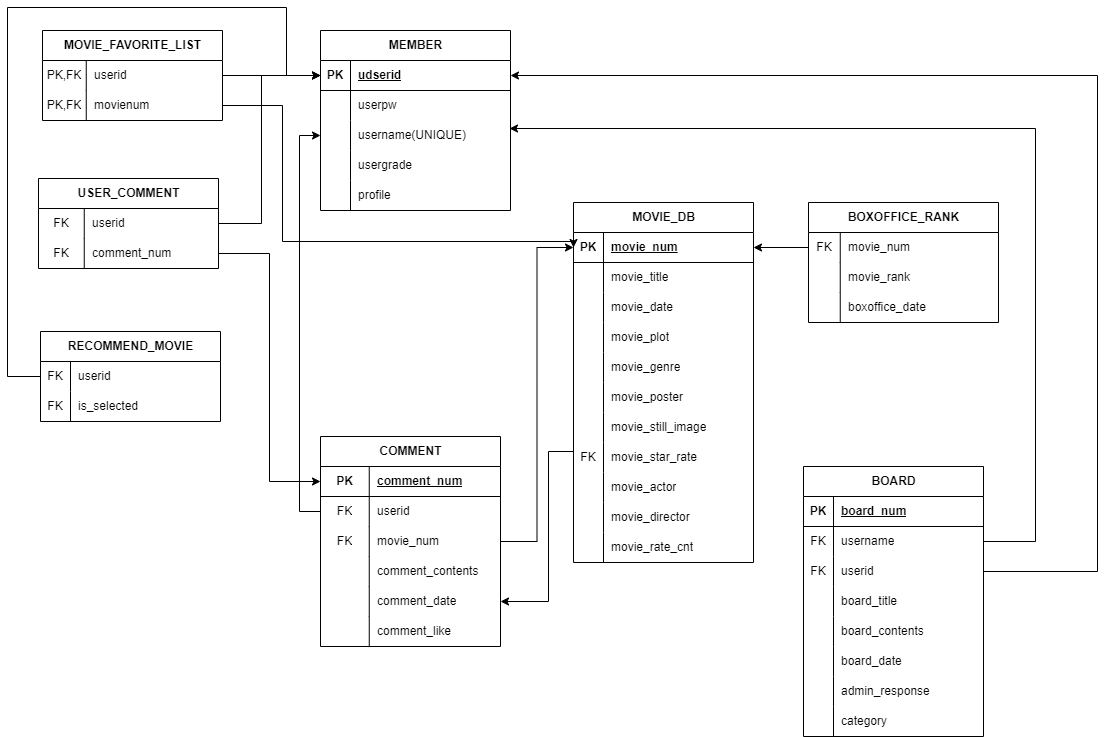
Before: document/DB/24.10.07_project_DB.drawio.png, a diagram exported from draw.io (sw2park/LastReviewFinder). Source tidied: cells renumbered, new cells last; positions are measured from the earlier drawing's top-left corner, leaving out a move shared by most shapes.
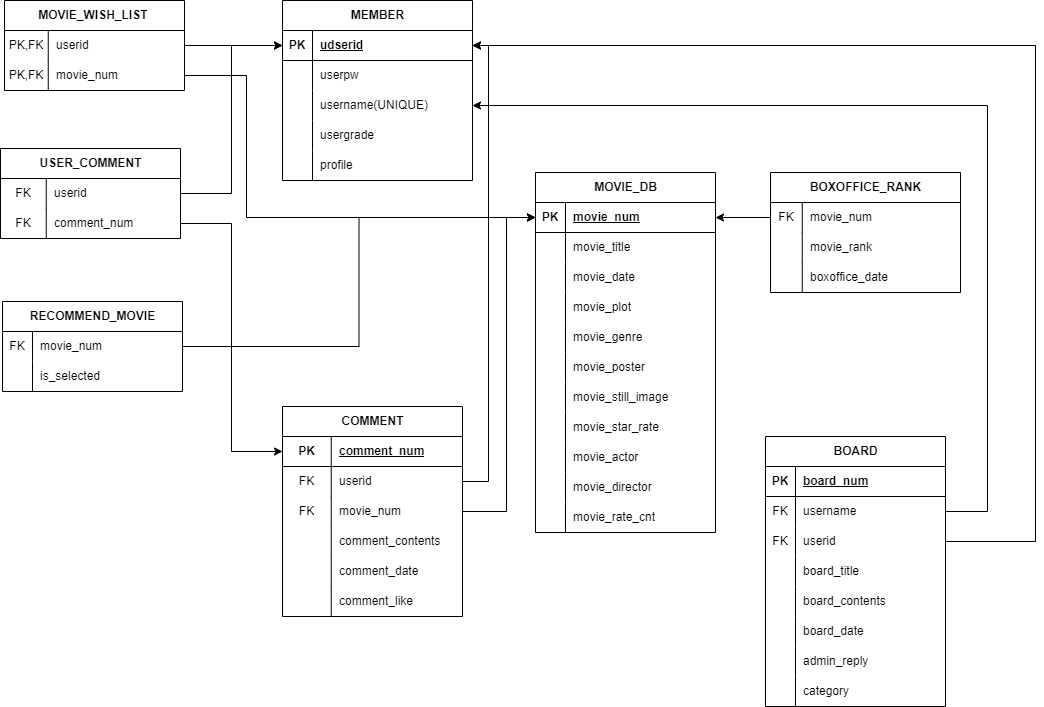
Above is the later version.

Commit message:
db 다이어그램 수정

Change to the diagram source:
```diff
@@ -71,7 +71,7 @@
     <mxCell id="24" style="shape=tableRow;horizontal=0;startSize=0;swimlaneHead=0;swimlaneBody=0;fillColor=none;points=[[0,0.5],[1,0.5]];portConstraint=eastwest;top=0;left=0;right=0;bottom=0;" parent="2" vertex="1">
       <mxGeometry y="240" width="180" height="30" as="geometry" />
     </mxCell>
-    <mxCell id="25" value="FK" style="shape=partialRectangle;fillColor=none;top=0;left=0;bottom=0;right=0;overflow=hidden;whiteSpace=wrap;html=1;" parent="24" vertex="1">
+    <mxCell id="25" style="shape=partialRectangle;fillColor=none;top=0;left=0;bottom=0;right=0;overflow=hidden;whiteSpace=wrap;html=1;" parent="24" vertex="1">
       <mxGeometry width="30" height="30" as="geometry" />
     </mxCell>
     <mxCell id="26" value="movie_star_rate" style="shape=partialRectangle;fillColor=none;top=0;left=0;bottom=0;right=0;align=left;spacingLeft=6;overflow=hidden;whiteSpace=wrap;html=1;" parent="24" vertex="1">
@@ -215,7 +215,7 @@
     <mxCell id="72" style="shape=partialRectangle;fillColor=none;top=0;left=0;bottom=0;right=0;overflow=hidden;whiteSpace=wrap;html=1;" parent="71" vertex="1">
       <mxGeometry width="30" height="30" as="geometry" />
     </mxCell>
-    <mxCell id="73" value="admin_response" style="shape=partialRectangle;fillColor=none;top=0;left=0;bottom=0;right=0;align=left;spacingLeft=6;overflow=hidden;whiteSpace=wrap;html=1;" parent="71" vertex="1">
+    <mxCell id="73" value="admin_reply" style="shape=partialRectangle;fillColor=none;top=0;left=0;bottom=0;right=0;align=left;spacingLeft=6;overflow=hidden;whiteSpace=wrap;html=1;" parent="71" vertex="1">
       <mxGeometry x="30" width="150" height="30" as="geometry" />
     </mxCell>
     <mxCell id="74" style="shape=tableRow;horizontal=0;startSize=0;swimlaneHead=0;swimlaneBody=0;fillColor=none;top=0;left=0;right=0;bottom=0;" parent="52" vertex="1">
@@ -284,7 +284,7 @@
     <mxCell id="95" value="comment_like" style="shape=partialRectangle;fillColor=none;top=0;left=0;bottom=0;right=0;align=left;spacingLeft=6;overflow=hidden;whiteSpace=wrap;html=1;" parent="93" vertex="1">
       <mxGeometry x="48.8" width="131.2" height="30" as="geometry" />
     </mxCell>
-    <mxCell id="96" value="MOVIE_FAVORITE_LIST" style="shape=table;startSize=30;rowLines=0;fontStyle=1;align=center;html=1;" parent="1" vertex="1">
+    <mxCell id="96" value="MOVIE_WISH_LIST&amp;nbsp;" style="shape=table;startSize=30;rowLines=0;fontStyle=1;align=center;html=1;" parent="1" vertex="1">
       <mxGeometry x="35" y="23" width="180" height="90" as="geometry" />
     </mxCell>
     <mxCell id="97" style="shape=tableRow;horizontal=0;startSize=0;swimlaneHead=0;swimlaneBody=0;fillColor=none;points=[[0,0.5],[1,0.5]];portConstraint=eastwest;top=0;left=0;right=0;bottom=0;" parent="96" vertex="1">
@@ -302,7 +302,7 @@
     <mxCell id="101" value="PK,FK" style="shape=partialRectangle;fillColor=none;top=0;left=0;bottom=0;right=0;overflow=hidden;whiteSpace=wrap;html=1;" parent="100" vertex="1">
       <mxGeometry width="43.8" height="30" as="geometry" />
     </mxCell>
-    <mxCell id="102" value="movienum" style="shape=partialRectangle;fillColor=none;top=0;left=0;bottom=0;right=0;align=left;spacingLeft=6;overflow=hidden;whiteSpace=wrap;html=1;" parent="100" vertex="1">
+    <mxCell id="102" value="movie_num" style="shape=partialRectangle;fillColor=none;top=0;left=0;bottom=0;right=0;align=left;spacingLeft=6;overflow=hidden;whiteSpace=wrap;html=1;" parent="100" vertex="1">
       <mxGeometry x="43.8" width="136.2" height="30" as="geometry" />
     </mxCell>
     <mxCell id="103" value="USER_COMMENT" style="shape=table;startSize=30;rowLines=0;fontStyle=1;align=center;html=1;" parent="1" vertex="1">
@@ -326,57 +326,6 @@
     <mxCell id="109" value="comment_num" style="shape=partialRectangle;fillColor=none;top=0;left=0;bottom=0;right=0;align=left;spacingLeft=6;overflow=hidden;whiteSpace=wrap;html=1;" parent="107" vertex="1">
       <mxGeometry x="45.8" width="134.2" height="30" as="geometry" />
     </mxCell>
-    <mxCell id="110" style="edgeStyle=orthogonalEdgeStyle;rounded=0;jettySize=auto;html=1;exitX=1;exitY=0.5;exitDx=0;exitDy=0;entryX=0;entryY=0.5;entryDx=0;entryDy=0;fontFamily=Helvetica;fontSize=12;fontColor=default;" parent="1" edge="1" source="97" target="37">
-      <mxGeometry relative="1" as="geometry" />
-    </mxCell>
-    <mxCell id="111" style="edgeStyle=orthogonalEdgeStyle;rounded=0;jettySize=auto;html=1;exitX=1;exitY=0.5;exitDx=0;exitDy=0;entryX=0;entryY=0.5;entryDx=0;entryDy=0;fontFamily=Helvetica;fontSize=12;fontColor=default;" parent="1" edge="1" source="100" target="3">
-      <mxGeometry relative="1" as="geometry">
-        <Array as="points">
-          <mxPoint x="275" y="98" />
-          <mxPoint x="275" y="234" />
-        </Array>
-      </mxGeometry>
-    </mxCell>
-    <mxCell id="112" style="edgeStyle=orthogonalEdgeStyle;rounded=0;jettySize=auto;html=1;exitX=1;exitY=0.5;exitDx=0;exitDy=0;entryX=0;entryY=0.5;entryDx=0;entryDy=0;fontFamily=Helvetica;fontSize=12;fontColor=default;" parent="1" edge="1" source="104" target="37">
-      <mxGeometry relative="1" as="geometry">
-        <Array as="points">
-          <mxPoint x="254" y="216" />
-          <mxPoint x="254" y="68" />
-        </Array>
-      </mxGeometry>
-    </mxCell>
-    <mxCell id="113" style="edgeStyle=orthogonalEdgeStyle;rounded=0;jettySize=auto;html=1;exitX=1;exitY=0.5;exitDx=0;exitDy=0;entryX=0;entryY=0.5;entryDx=0;entryDy=0;fontFamily=Helvetica;fontSize=12;fontColor=default;" parent="1" edge="1" source="107" target="78">
-      <mxGeometry relative="1" as="geometry" />
-    </mxCell>
-    <mxCell id="114" style="edgeStyle=orthogonalEdgeStyle;rounded=0;jettySize=auto;html=1;exitX=0;exitY=0.5;exitDx=0;exitDy=0;entryX=0;entryY=0.5;entryDx=0;entryDy=0;fontFamily=Helvetica;fontSize=12;fontColor=default;" parent="1" edge="1" source="81" target="43">
-      <mxGeometry relative="1" as="geometry">
-        <Array as="points">
-          <mxPoint x="292" y="504" />
-          <mxPoint x="292" y="128" />
-        </Array>
-      </mxGeometry>
-    </mxCell>
-    <mxCell id="115" style="edgeStyle=orthogonalEdgeStyle;rounded=0;jettySize=auto;html=1;exitX=1;exitY=0.5;exitDx=0;exitDy=0;entryX=0;entryY=0.5;entryDx=0;entryDy=0;fontFamily=Helvetica;fontSize=12;fontColor=default;" parent="1" edge="1" source="84" target="3">
-      <mxGeometry relative="1" as="geometry" />
-    </mxCell>
-    <mxCell id="116" style="edgeStyle=orthogonalEdgeStyle;rounded=0;jettySize=auto;html=1;exitX=0;exitY=0.5;exitDx=0;exitDy=0;entryX=1;entryY=0.5;entryDx=0;entryDy=0;fontFamily=Helvetica;fontSize=12;fontColor=default;" parent="1" edge="1" source="24">
-      <mxGeometry relative="1" as="geometry">
-        <mxPoint x="493" y="594" as="targetPoint" />
-        <Array as="points">
-          <mxPoint x="541" y="444" />
-          <mxPoint x="541" y="594" />
-        </Array>
-      </mxGeometry>
-    </mxCell>
-    <mxCell id="117" style="edgeStyle=orthogonalEdgeStyle;rounded=0;jettySize=auto;html=1;fontFamily=Helvetica;fontSize=12;fontColor=default;exitX=1;exitY=0.5;exitDx=0;exitDy=0;" parent="1" edge="1" source="56">
-      <mxGeometry relative="1" as="geometry">
-        <mxPoint x="502" y="121" as="targetPoint" />
-        <Array as="points">
-          <mxPoint x="1028" y="534" />
-          <mxPoint x="1028" y="121" />
-        </Array>
-      </mxGeometry>
-    </mxCell>
     <mxCell id="118" value="RECOMMEND_MOVIE" style="shape=table;startSize=30;rowLines=0;fontStyle=1;align=center;html=1;" parent="1" vertex="1">
       <mxGeometry x="33" y="324" width="180" height="90" as="geometry" />
     </mxCell>
@@ -386,28 +335,18 @@
     <mxCell id="120" value="FK" style="shape=partialRectangle;fillColor=none;top=0;left=0;bottom=0;right=0;overflow=hidden;whiteSpace=wrap;html=1;" parent="119" vertex="1">
       <mxGeometry width="30" height="30" as="geometry" />
     </mxCell>
-    <mxCell id="121" value="userid" style="shape=partialRectangle;fillColor=none;top=0;left=0;bottom=0;right=0;align=left;spacingLeft=6;overflow=hidden;whiteSpace=wrap;html=1;" parent="119" vertex="1">
+    <mxCell id="121" value="movie_num" style="shape=partialRectangle;fillColor=none;top=0;left=0;bottom=0;right=0;align=left;spacingLeft=6;overflow=hidden;whiteSpace=wrap;html=1;" parent="119" vertex="1">
       <mxGeometry x="30" width="150" height="30" as="geometry" />
     </mxCell>
     <mxCell id="122" style="shape=tableRow;horizontal=0;startSize=0;swimlaneHead=0;swimlaneBody=0;fillColor=none;top=0;left=0;right=0;bottom=0;" parent="118" vertex="1">
       <mxGeometry y="60" width="180" height="30" as="geometry" />
     </mxCell>
-    <mxCell id="123" value="FK" style="shape=partialRectangle;fillColor=none;top=0;left=0;bottom=0;right=0;overflow=hidden;whiteSpace=wrap;html=1;" parent="122" vertex="1">
+    <mxCell id="123" style="shape=partialRectangle;fillColor=none;top=0;left=0;bottom=0;right=0;overflow=hidden;whiteSpace=wrap;html=1;" parent="122" vertex="1">
       <mxGeometry width="30" height="30" as="geometry" />
     </mxCell>
     <mxCell id="124" value="is_selected" style="shape=partialRectangle;fillColor=none;top=0;left=0;bottom=0;right=0;align=left;spacingLeft=6;overflow=hidden;whiteSpace=wrap;html=1;" parent="122" vertex="1">
       <mxGeometry x="30" width="150" height="30" as="geometry" />
     </mxCell>
-    <mxCell id="125" style="edgeStyle=orthogonalEdgeStyle;rounded=0;jettySize=auto;html=1;exitX=0;exitY=0.5;exitDx=0;exitDy=0;entryX=0;entryY=0.5;entryDx=0;entryDy=0;" parent="1" edge="1" source="119" target="37">
-      <mxGeometry relative="1" as="geometry">
-        <Array as="points">
-          <mxPoint y="369" />
-          <mxPoint />
-          <mxPoint x="279" />
-          <mxPoint x="279" y="68" />
-        </Array>
-      </mxGeometry>
-    </mxCell>
     <mxCell id="126" value="BOXOFFICE_RANK" style="shape=table;startSize=30;rowLines=0;fontStyle=1;align=center;html=1;" parent="1" vertex="1">
       <mxGeometry x="801" y="195" width="190" height="120" as="geometry" />
     </mxCell>
@@ -438,14 +377,58 @@
     <mxCell id="135" value="boxoffice_date" style="shape=partialRectangle;fillColor=none;top=0;left=0;bottom=0;right=0;align=left;spacingLeft=6;overflow=hidden;whiteSpace=wrap;html=1;" parent="133" vertex="1">
       <mxGeometry x="31.8" width="158.2" height="30" as="geometry" />
     </mxCell>
+    <mxCell id="110" style="edgeStyle=orthogonalEdgeStyle;rounded=0;jettySize=auto;html=1;exitX=1;exitY=0.5;exitDx=0;exitDy=0;entryX=0;entryY=0.5;entryDx=0;entryDy=0;" parent="1" edge="1" source="97" target="37">
+      <mxGeometry relative="1" as="geometry" />
+    </mxCell>
+    <mxCell id="111" style="edgeStyle=orthogonalEdgeStyle;rounded=0;jettySize=auto;html=1;exitX=1;exitY=0.5;exitDx=0;exitDy=0;entryX=0;entryY=0.5;entryDx=0;entryDy=0;" parent="1" edge="1" source="100" target="3">
+      <mxGeometry relative="1" as="geometry">
+        <Array as="points">
+          <mxPoint x="277" y="98" />
+          <mxPoint x="277" y="240" />
+        </Array>
+      </mxGeometry>
+    </mxCell>
+    <mxCell id="112" style="edgeStyle=orthogonalEdgeStyle;rounded=0;jettySize=auto;html=1;exitX=1;exitY=0.5;exitDx=0;exitDy=0;entryX=0;entryY=0.5;entryDx=0;entryDy=0;" parent="1" edge="1" source="104" target="37">
+      <mxGeometry relative="1" as="geometry" />
+    </mxCell>
+    <mxCell id="113" style="edgeStyle=orthogonalEdgeStyle;rounded=0;jettySize=auto;html=1;exitX=1;exitY=0.5;exitDx=0;exitDy=0;entryX=0;entryY=0.5;entryDx=0;entryDy=0;" parent="1" edge="1" source="107" target="78">
+      <mxGeometry relative="1" as="geometry" />
+    </mxCell>
+    <mxCell id="138" style="edgeStyle=orthogonalEdgeStyle;rounded=0;jettySize=auto;html=1;exitX=1;exitY=0.5;exitDx=0;exitDy=0;entryX=0;entryY=0.5;entryDx=0;entryDy=0;" parent="1" edge="1" source="119" target="3">
+      <mxGeometry relative="1" as="geometry" />
+    </mxCell>
+    <mxCell id="139" style="edgeStyle=orthogonalEdgeStyle;rounded=0;jettySize=auto;html=1;exitX=1;exitY=0.5;exitDx=0;exitDy=0;entryX=1;entryY=0.5;entryDx=0;entryDy=0;" parent="1" edge="1" source="81" target="37">
+      <mxGeometry relative="1" as="geometry">
+        <Array as="points">
+          <mxPoint x="519" y="504" />
+          <mxPoint x="519" y="68" />
+        </Array>
+      </mxGeometry>
+    </mxCell>
+    <mxCell id="115" style="edgeStyle=orthogonalEdgeStyle;rounded=0;jettySize=auto;html=1;exitX=1;exitY=0.5;exitDx=0;exitDy=0;entryX=0;entryY=0.5;entryDx=0;entryDy=0;" parent="1" edge="1" source="84" target="3">
+      <mxGeometry relative="1" as="geometry">
+        <Array as="points">
+          <mxPoint x="537" y="534" />
+          <mxPoint x="537" y="240" />
+        </Array>
+      </mxGeometry>
+    </mxCell>
     <mxCell id="136" style="edgeStyle=orthogonalEdgeStyle;rounded=0;jettySize=auto;html=1;exitX=0;exitY=0.5;exitDx=0;exitDy=0;entryX=1;entryY=0.5;entryDx=0;entryDy=0;" parent="1" edge="1" source="127" target="3">
       <mxGeometry relative="1" as="geometry" />
     </mxCell>
+    <mxCell id="140" style="edgeStyle=orthogonalEdgeStyle;rounded=0;jettySize=auto;html=1;exitX=1;exitY=0.5;exitDx=0;exitDy=0;entryX=1;entryY=0.5;entryDx=0;entryDy=0;" parent="1" edge="1" source="56" target="43">
+      <mxGeometry relative="1" as="geometry">
+        <Array as="points">
+          <mxPoint x="1018" y="534" />
+          <mxPoint x="1018" y="128" />
+        </Array>
+      </mxGeometry>
+    </mxCell>
     <mxCell id="137" style="edgeStyle=orthogonalEdgeStyle;rounded=0;jettySize=auto;html=1;exitX=1;exitY=0.5;exitDx=0;exitDy=0;entryX=1;entryY=0.5;entryDx=0;entryDy=0;" parent="1" edge="1" source="59" target="37">
       <mxGeometry relative="1" as="geometry">
         <Array as="points">
-          <mxPoint x="1090" y="564" />
-          <mxPoint x="1090" y="68" />
+          <mxPoint x="1066" y="564" />
+          <mxPoint x="1066" y="68" />
         </Array>
       </mxGeometry>
     </mxCell>
```
